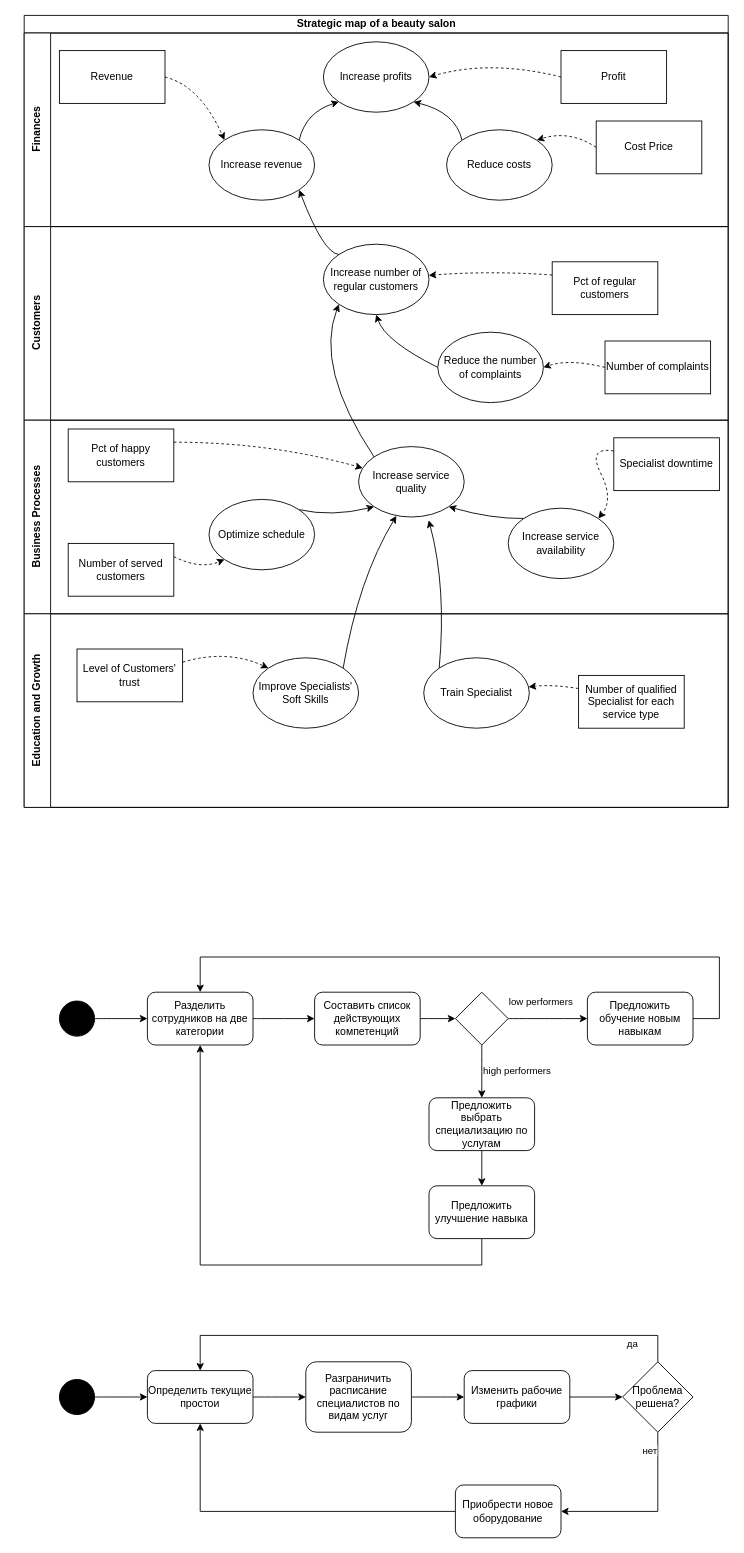
The draw.io diagram ssp.drawio in SneakBug8/BusinessAnalysis, before the edit. Source tidied: cells renumbered, new cells numbered last; positions are measured from the earlier drawing's top-left corner, leaving out a move shared by most shapes. Both pictures are drawn from the tidied source at 88%, with x=0, y=0 at pixel (24, 15).
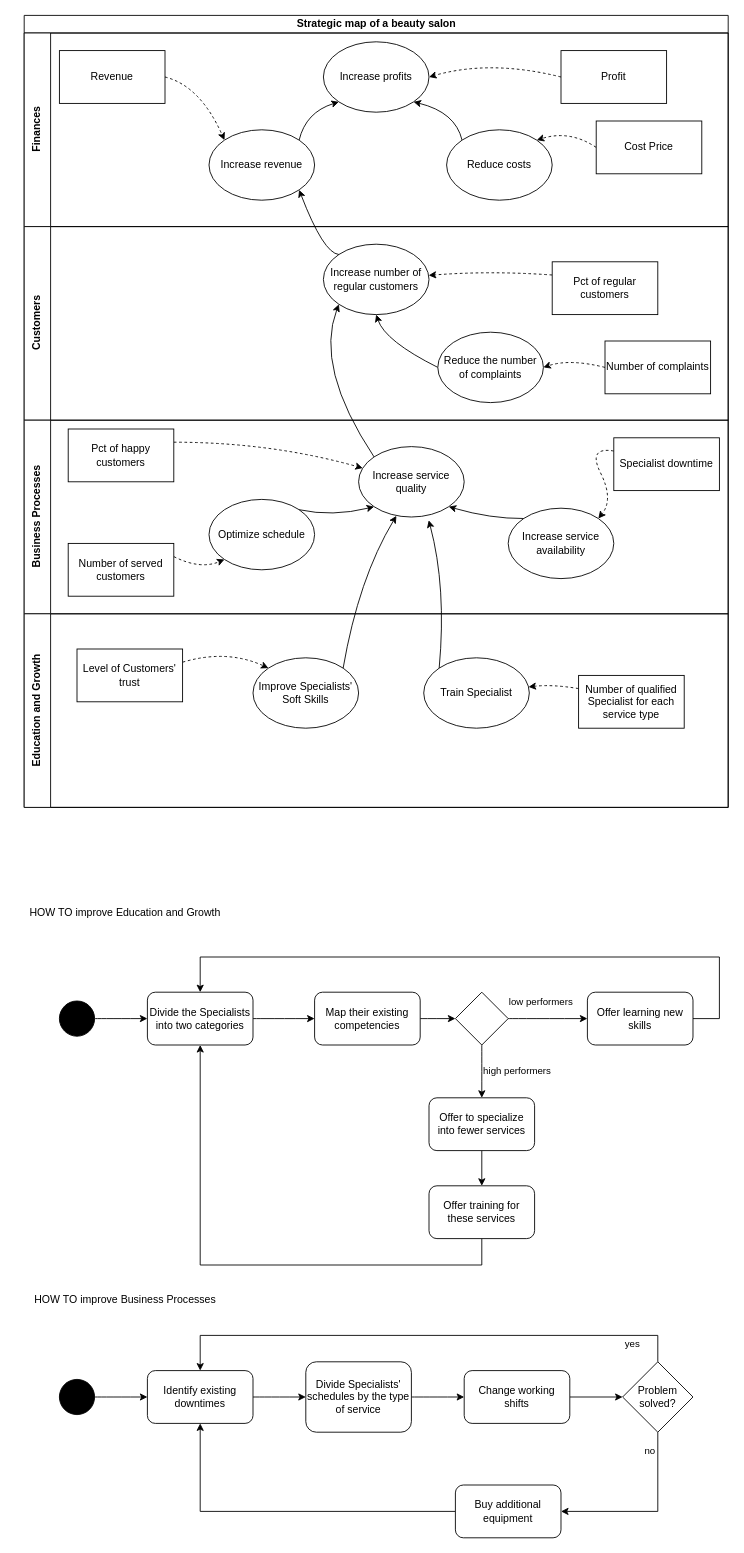
Above is the later version.

The change refers to these unchanged cells:
```xml
<mxCell id="72" style="edgeStyle=none;rounded=0;jettySize=auto;html=1;exitX=0.5;exitY=1;exitDx=0;exitDy=0;entryX=1;entryY=0.5;entryDx=0;entryDy=0;strokeColor=#000000;" parent="1" edge="1" source="75" target="71">
  <mxGeometry relative="1" as="geometry">
    <Array as="points">
      <mxPoint x="720" y="1700" />
    </Array>
  </mxGeometry>
</mxCell>
```

Change to the diagram source:
```diff
@@
-    <mxCell id="49" value="Разделить сотрудников на две категории" style="rounded=1;whiteSpace=wrap;html=1;" parent="1" vertex="1">
+    <mxCell id="49" value="Divide the Specialists into two categories" style="rounded=1;whiteSpace=wrap;html=1;" parent="1" vertex="1">
       <mxGeometry x="140" y="1110" width="120" height="60" as="geometry" />
     </mxCell>
@@
-    <mxCell id="55" value="Составить список действующих компетенций" style="rounded=1;whiteSpace=wrap;html=1;fillColor=#ffffff;" parent="1" vertex="1">
+    <mxCell id="55" value="Map their existing competencies" style="rounded=1;whiteSpace=wrap;html=1;fillColor=#ffffff;" parent="1" vertex="1">
       <mxGeometry x="330" y="1110" width="120" height="60" as="geometry" />
     </mxCell>
@@
-    <mxCell id="57" value="Предложить улучшение навыка" style="rounded=1;whiteSpace=wrap;html=1;fillColor=#ffffff;" parent="1" vertex="1">
+    <mxCell id="57" value="Offer training for these services" style="rounded=1;whiteSpace=wrap;html=1;fillColor=#ffffff;" parent="1" vertex="1">
       <mxGeometry x="460" y="1330" width="120" height="60" as="geometry" />
     </mxCell>
@@
-    <mxCell id="59" value="Предложить обучение новым навыкам" style="rounded=1;whiteSpace=wrap;html=1;fillColor=#ffffff;" parent="1" vertex="1">
+    <mxCell id="59" value="Offer learning new skills" style="rounded=1;whiteSpace=wrap;html=1;fillColor=#ffffff;" parent="1" vertex="1">
       <mxGeometry x="640" y="1110" width="120" height="60" as="geometry" />
     </mxCell>
@@
-    <mxCell id="61" value="Предложить выбрать специализацию по услугам" style="rounded=1;whiteSpace=wrap;html=1;fillColor=#ffffff;" parent="1" vertex="1">
+    <mxCell id="61" value="Offer to specialize into fewer services" style="rounded=1;whiteSpace=wrap;html=1;fillColor=#ffffff;" parent="1" vertex="1">
       <mxGeometry x="460" y="1230" width="120" height="60" as="geometry" />
     </mxCell>
@@
-    <mxCell id="64" value="Определить текущие простои" style="rounded=1;whiteSpace=wrap;html=1;" parent="1" vertex="1">
+    <mxCell id="64" value="Identify existing downtimes" style="rounded=1;whiteSpace=wrap;html=1;" parent="1" vertex="1">
       <mxGeometry x="140" y="1540" width="120" height="60" as="geometry" />
     </mxCell>
@@
-    <mxCell id="66" value="Разграничить расписание специалистов по видам услуг" style="rounded=1;whiteSpace=wrap;html=1;fillColor=#ffffff;" parent="1" vertex="1">
+    <mxCell id="66" value="Divide Specialists' schedules by the type of service" style="rounded=1;whiteSpace=wrap;html=1;fillColor=#ffffff;" parent="1" vertex="1">
       <mxGeometry x="320" y="1530" width="120" height="80" as="geometry" />
     </mxCell>
@@
-    <mxCell id="68" value="Изменить рабочие графики" style="rounded=1;whiteSpace=wrap;html=1;fillColor=#ffffff;" parent="1" vertex="1">
+    <mxCell id="68" value="Change working shifts" style="rounded=1;whiteSpace=wrap;html=1;fillColor=#ffffff;" parent="1" vertex="1">
       <mxGeometry x="500" y="1540" width="120" height="60" as="geometry" />
     </mxCell>
@@
-    <mxCell id="71" value="Приобрести новое оборудование" style="rounded=1;whiteSpace=wrap;html=1;fillColor=#ffffff;" parent="1" vertex="1">
+    <mxCell id="71" value="Buy additional equipment" style="rounded=1;whiteSpace=wrap;html=1;fillColor=#ffffff;" parent="1" vertex="1">
       <mxGeometry x="490" y="1670" width="120" height="60" as="geometry" />
     </mxCell>
@@
-    <mxCell id="73" value="нет" style="edgeLabel;html=1;align=center;verticalAlign=middle;" parent="72" vertex="1">
+    <mxCell id="73" value="no" style="edgeLabel;html=1;align=center;verticalAlign=middle;" parent="72" vertex="1">
       <mxGeometry x="-0.7" y="3" relative="1" as="geometry">
         <mxPoint x="-13" y="-9.2" as="offset" />
       </mxGeometry>
     </mxCell>
-    <mxCell id="74" value="да" style="edgeStyle=none;rounded=0;jettySize=auto;html=1;exitX=0.5;exitY=0;exitDx=0;exitDy=0;strokeColor=#000000;entryX=0.5;entryY=0;entryDx=0;entryDy=0;" parent="1" edge="1" source="75" target="64">
+    <mxCell id="74" value="yes" style="edgeStyle=none;rounded=0;jettySize=auto;html=1;exitX=0.5;exitY=0;exitDx=0;exitDy=0;strokeColor=#000000;entryX=0.5;entryY=0;entryDx=0;entryDy=0;" parent="1" edge="1" source="75" target="64">
       <mxGeometry x="-0.8" y="10" relative="1" as="geometry">
         <Array as="points">
           <mxPoint x="720" y="1500" />
           <mxPoint x="200" y="1500" />
         </Array>
       </mxGeometry>
     </mxCell>
-    <mxCell id="75" value="Проблема решена?" style="rhombus;whiteSpace=wrap;html=1;fillColor=#ffffff;" parent="1" vertex="1">
+    <mxCell id="75" value="Problem solved?" style="rhombus;whiteSpace=wrap;html=1;fillColor=#ffffff;" parent="1" vertex="1">
       <mxGeometry x="680" y="1530" width="80" height="80" as="geometry" />
     </mxCell>
+    <mxCell id="76" value="HOW TO improve Education and Growth" style="text;html=1;strokeColor=none;fillColor=none;align=center;verticalAlign=middle;whiteSpace=wrap;rounded=0;" parent="1" vertex="1">
+      <mxGeometry x="-10" y="1010" width="250" height="20" as="geometry" />
+    </mxCell>
+    <mxCell id="77" value="HOW TO improve Business Processes" style="text;html=1;strokeColor=none;fillColor=none;align=center;verticalAlign=middle;whiteSpace=wrap;rounded=0;" parent="1" vertex="1">
+      <mxGeometry x="5" y="1450" width="220" height="20" as="geometry" />
+    </mxCell>
```
